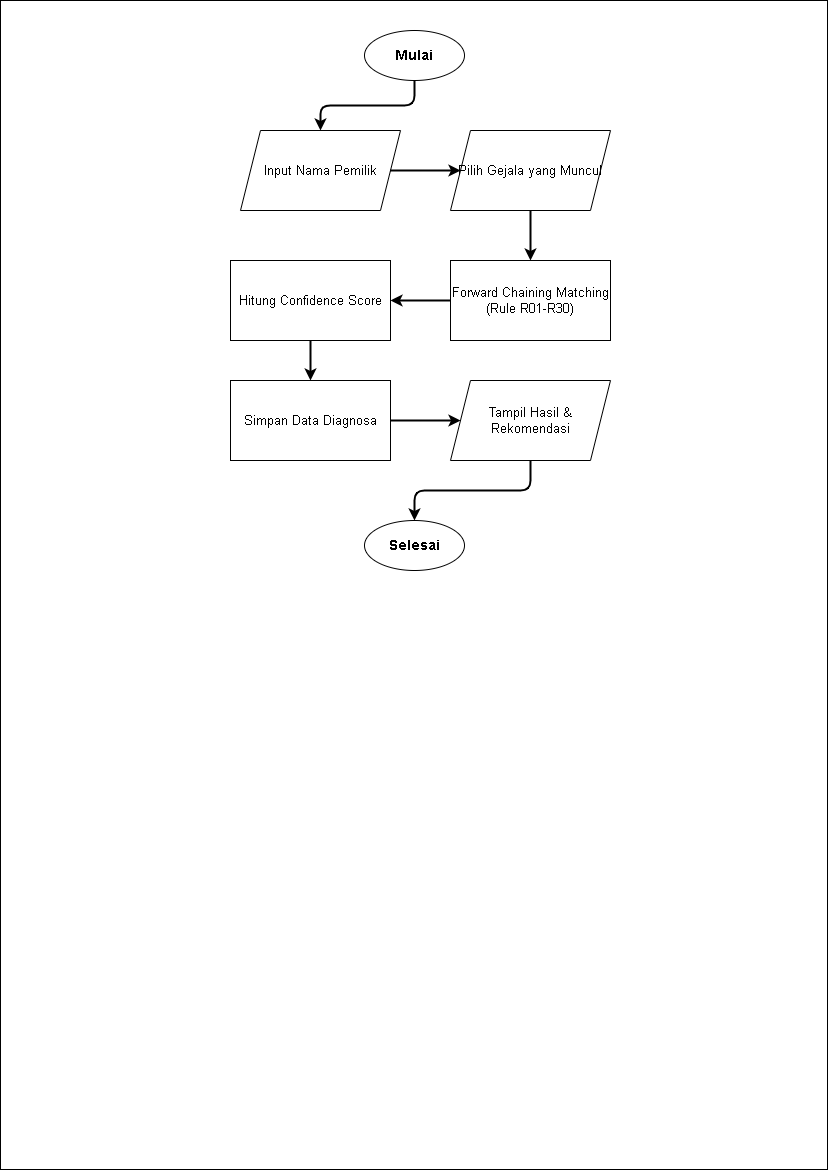
Jinsky/Jinsky keeps this draw.io diagram as diagram/flowchart/konsultasi.png. Above is the earlier version. Source tidied: cells renumbered, new cells last; positions are measured from the earlier drawing's top-left corner, leaving out a move shared by most shapes.
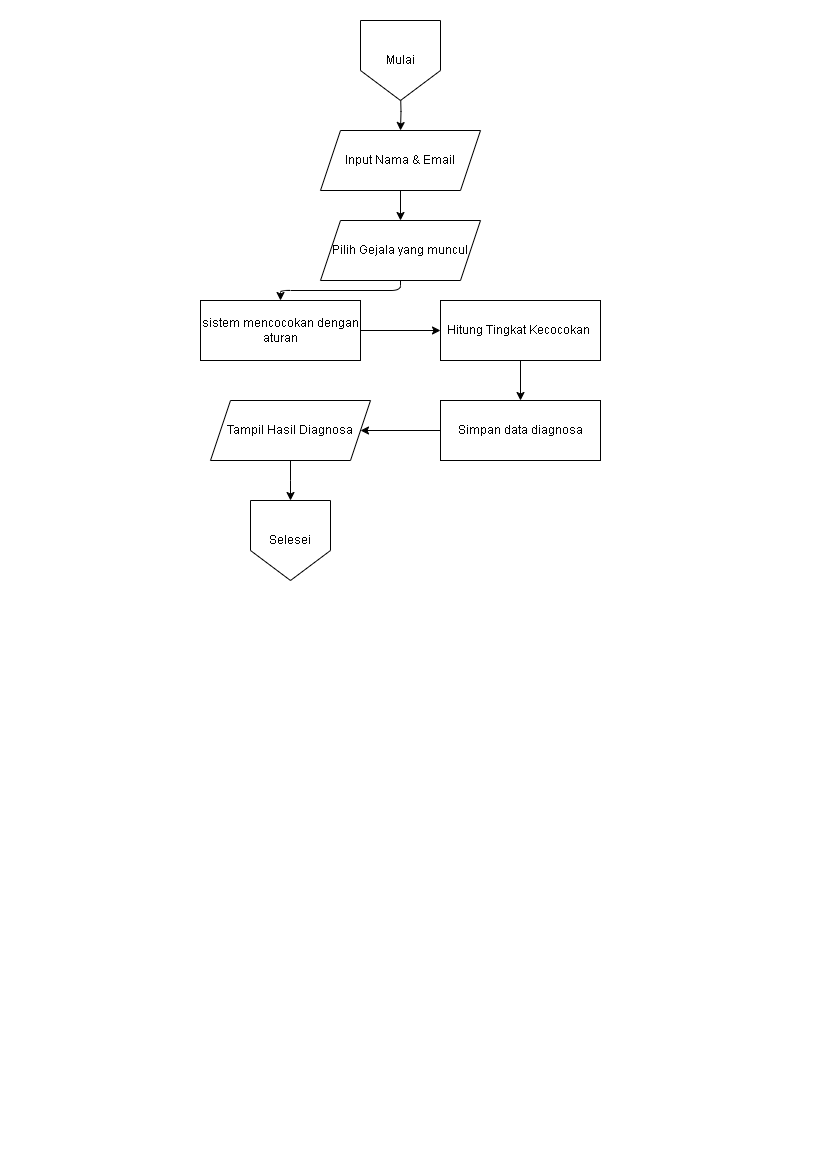
After the commit.

Commit message:
Update flowchart diagrams for Konsultasi, Riwayat, and Tentang Kami

What changed in the source:
```diff
@@ -2,53 +2,57 @@
   <root>
     <mxCell id="0" />
     <mxCell id="1" parent="0" />
-    <mxCell id="2" style="rounded=0;whiteSpace=wrap;html=1;" parent="1" vertex="1">
+    <mxCell id="2" style="rounded=0;whiteSpace=wrap;html=1;fillColor=#ffffff;strokeColor=none;" parent="1" vertex="1">
       <mxGeometry width="827" height="1169" as="geometry" />
     </mxCell>
+    <mxCell id="18" value="Input Nama &amp; Email" style="shape=parallelogram;perimeter=parallelogramPerimeter;whiteSpace=wrap;html=1;fixedSize=1;fontSize=12;fillColor=#ffffff;strokeColor=#000000;" parent="1" vertex="1">
+      <mxGeometry x="320" y="130" width="160" height="60" as="geometry" />
+    </mxCell>
+    <mxCell id="19" style="edgeStyle=orthogonalEdgeStyle;html=1;entryX=0.5;entryY=0;entryDx=0;entryDy=0;exitX=0.5;exitY=1;exitDx=0;exitDy=0;" parent="1" edge="1" source="3" target="5">
+      <mxGeometry relative="1" as="geometry" />
+    </mxCell>
-    <mxCell id="3" value="Mulai" style="ellipse;whiteSpace=wrap;html=1;fontStyle=1;fontSize=14;" parent="1" vertex="1">
-      <mxGeometry x="364" y="30" width="100" height="50" as="geometry" />
+    <mxCell id="3" value="Pilih Gejala yang muncul" style="shape=parallelogram;perimeter=parallelogramPerimeter;whiteSpace=wrap;html=1;fixedSize=1;fontSize=12;fillColor=#ffffff;strokeColor=#000000;" parent="1" vertex="1">
+      <mxGeometry x="320" y="220" width="160" height="60" as="geometry" />
     </mxCell>
-    <mxCell id="4" value="Input Nama Pemilik" style="shape=parallelogram;perimeter=parallelogramPerimeter;whiteSpace=wrap;html=1;fixedSize=1;fontSize=13;" parent="1" vertex="1">
-      <mxGeometry x="240" y="130" width="160" height="80" as="geometry" />
-    </mxCell>
+    <mxCell id="20" style="edgeStyle=none;html=1;" parent="1" edge="1" source="5" target="9">
+      <mxGeometry relative="1" as="geometry" />
+    </mxCell>
-    <mxCell id="5" value="Pilih Gejala yang Muncul" style="shape=parallelogram;perimeter=parallelogramPerimeter;whiteSpace=wrap;html=1;fixedSize=1;fontSize=13;" parent="1" vertex="1">
-      <mxGeometry x="450" y="130" width="160" height="80" as="geometry" />
+    <mxCell id="5" value="sistem mencocokan dengan aturan" style="rounded=0;whiteSpace=wrap;html=1;fontSize=12;fillColor=#ffffff;strokeColor=#000000;" parent="1" vertex="1">
+      <mxGeometry x="200" y="300" width="160" height="60" as="geometry" />
     </mxCell>
-    <mxCell id="6" value="Forward Chaining Matching (Rule R01-R30)" style="rounded=0;whiteSpace=wrap;html=1;fontSize=13;" parent="1" vertex="1">
-      <mxGeometry x="450" y="260" width="160" height="80" as="geometry" />
+    <mxCell id="6" value="Tampil Hasil Diagnosa" style="shape=parallelogram;perimeter=parallelogramPerimeter;whiteSpace=wrap;html=1;fixedSize=1;fontSize=12;fillColor=#ffffff;strokeColor=#000000;" parent="1" vertex="1">
+      <mxGeometry x="210" y="400" width="160" height="60" as="geometry" />
     </mxCell>
-    <mxCell id="7" value="Hitung Confidence Score" style="rounded=0;whiteSpace=wrap;html=1;fontSize=13;" parent="1" vertex="1">
-      <mxGeometry x="230" y="260" width="160" height="80" as="geometry" />
-    </mxCell>
-    <mxCell id="8" value="Simpan Data Diagnosa" style="rounded=0;whiteSpace=wrap;html=1;fontSize=13;" parent="1" vertex="1">
-      <mxGeometry x="230" y="380" width="160" height="80" as="geometry" />
-    </mxCell>
+    <mxCell id="21" style="edgeStyle=orthogonalEdgeStyle;rounded=0;jettySize=auto;html=1;strokeColor=#000000;fontSize=11;" parent="1" edge="1" target="18">
+      <mxGeometry relative="1" as="geometry">
+        <mxPoint x="400" y="90" as="sourcePoint" />
+      </mxGeometry>
+    </mxCell>
+    <mxCell id="22" style="edgeStyle=orthogonalEdgeStyle;rounded=0;jettySize=auto;html=1;strokeColor=#000000;fontSize=11;" parent="1" edge="1" source="18" target="3">
+      <mxGeometry relative="1" as="geometry" />
+    </mxCell>
+    <mxCell id="23" style="edgeStyle=orthogonalEdgeStyle;rounded=0;jettySize=auto;html=1;strokeColor=#000000;fontSize=11;" parent="1" edge="1" source="6">
+      <mxGeometry relative="1" as="geometry">
+        <mxPoint x="290" y="500" as="targetPoint" />
+      </mxGeometry>
+    </mxCell>
+    <mxCell id="17" style="edgeStyle=none;html=1;" parent="1" edge="1" source="9" target="10">
+      <mxGeometry relative="1" as="geometry" />
+    </mxCell>
-    <mxCell id="9" value="Tampil Hasil &amp; Rekomendasi" style="shape=parallelogram;perimeter=parallelogramPerimeter;whiteSpace=wrap;html=1;fixedSize=1;fontSize=13;" parent="1" vertex="1">
-      <mxGeometry x="450" y="380" width="160" height="80" as="geometry" />
+    <mxCell id="9" value="Hitung Tingkat Kecocokan&amp;nbsp;" style="rounded=0;whiteSpace=wrap;html=1;fontSize=12;fillColor=#ffffff;strokeColor=#000000;" parent="1" vertex="1">
+      <mxGeometry x="440" y="300" width="160" height="60" as="geometry" />
     </mxCell>
+    <mxCell id="24" style="edgeStyle=none;html=1;" parent="1" edge="1" source="10" target="6">
+      <mxGeometry relative="1" as="geometry" />
+    </mxCell>
-    <mxCell id="10" value="Selesai" style="ellipse;whiteSpace=wrap;html=1;fontStyle=1;fontSize=14;" parent="1" vertex="1">
-      <mxGeometry x="364" y="520" width="100" height="50" as="geometry" />
+    <mxCell id="10" value="Simpan data diagnosa" style="rounded=0;whiteSpace=wrap;html=1;fontSize=12;fillColor=#ffffff;strokeColor=#000000;" parent="1" vertex="1">
+      <mxGeometry x="440" y="400" width="160" height="60" as="geometry" />
     </mxCell>
-    <mxCell id="11" style="edgeStyle=orthogonalEdgeStyle;rounded=1;jettySize=auto;html=1;strokeWidth=2;fontSize=11;" parent="1" edge="1" source="3" target="4">
-      <mxGeometry relative="1" as="geometry" />
-    </mxCell>
-    <mxCell id="12" style="edgeStyle=orthogonalEdgeStyle;rounded=1;jettySize=auto;html=1;strokeWidth=2;fontSize=11;" parent="1" edge="1" source="4" target="5">
-      <mxGeometry relative="1" as="geometry" />
-    </mxCell>
-    <mxCell id="13" style="edgeStyle=orthogonalEdgeStyle;rounded=1;jettySize=auto;html=1;strokeWidth=2;fontSize=11;" parent="1" edge="1" source="5" target="6">
-      <mxGeometry relative="1" as="geometry" />
-    </mxCell>
-    <mxCell id="14" style="edgeStyle=orthogonalEdgeStyle;rounded=1;jettySize=auto;html=1;strokeWidth=2;fontSize=11;" parent="1" edge="1" source="6" target="7">
-      <mxGeometry relative="1" as="geometry" />
-    </mxCell>
-    <mxCell id="15" style="edgeStyle=orthogonalEdgeStyle;rounded=1;jettySize=auto;html=1;strokeWidth=2;fontSize=11;" parent="1" edge="1" source="7" target="8">
-      <mxGeometry relative="1" as="geometry" />
-    </mxCell>
-    <mxCell id="16" style="edgeStyle=orthogonalEdgeStyle;rounded=1;jettySize=auto;html=1;strokeWidth=2;fontSize=11;" parent="1" edge="1" source="8" target="9">
-      <mxGeometry relative="1" as="geometry" />
-    </mxCell>
-    <mxCell id="17" style="edgeStyle=orthogonalEdgeStyle;rounded=1;jettySize=auto;html=1;strokeWidth=2;fontSize=11;" parent="1" edge="1" source="9" target="10">
-      <mxGeometry relative="1" as="geometry" />
-    </mxCell>
+    <mxCell id="25" value="Mulai" style="shape=offPageConnector;whiteSpace=wrap;html=1;" parent="1" vertex="1">
+      <mxGeometry x="360" y="20" width="80" height="80" as="geometry" />
+    </mxCell>
+    <mxCell id="26" value="Selesei" style="shape=offPageConnector;whiteSpace=wrap;html=1;" parent="1" vertex="1">
+      <mxGeometry x="250" y="500" width="80" height="80" as="geometry" />
+    </mxCell>
   </root>
 </mxGraphModel>
```
